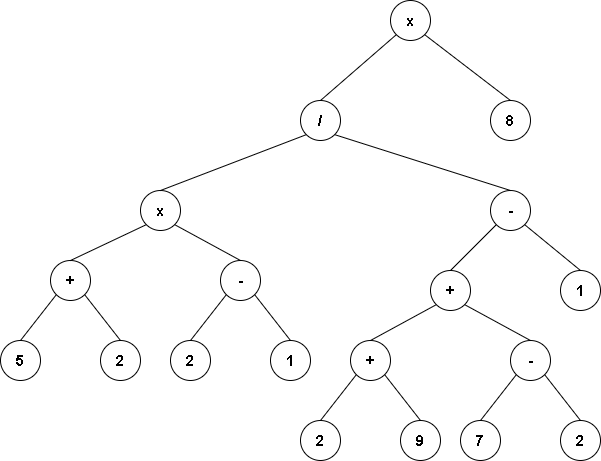
Earlier version of the draw.io export Questão_6.png (UexInc/EstruturaDadosAC3). Source tidied: cells renumbered, new cells last; positions are measured from the earlier drawing's top-left corner, leaving out a move shared by most shapes.
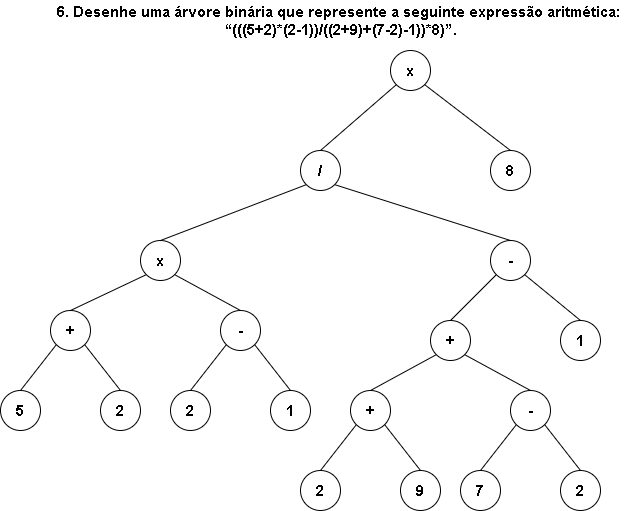
The same file after the commit.

The edit, as a diff of the source:
```diff
@@ -113,5 +113,8 @@
     <mxCell id="38" value="8" style="ellipse;whiteSpace=wrap;html=1;fillColor=none;fontSize=15;fontStyle=1;" parent="1" vertex="1">
       <mxGeometry x="490" y="100" width="40" height="40" as="geometry" />
     </mxCell>
+    <mxCell id="39" value="&lt;div&gt;6. Desenhe uma árvore binária que represente a seguinte expressão aritmética:&amp;nbsp;&lt;/div&gt;&lt;div&gt;&lt;span&gt;“(((5+2)*(2-1))/((2+9)+(7-2)-1))*8)”.&lt;/span&gt;&lt;/div&gt;" style="text;html=1;align=center;verticalAlign=middle;fontSize=15;fontStyle=1;" parent="1" vertex="1">
+      <mxGeometry x="50" y="-50" width="580" height="40" as="geometry" />
+    </mxCell>
   </root>
 </mxGraphModel>
```
